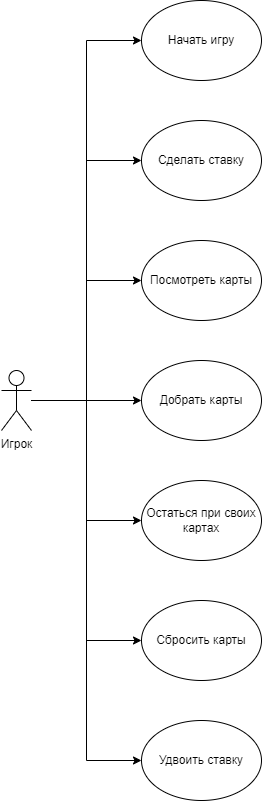
The draw.io diagram img/useCaseDiagram.png in ZenArtZ98/Blackjack, before a commit. Source tidied: cells renumbered, new cells last; positions are measured from the earlier drawing's top-left corner, leaving out a move shared by most shapes.
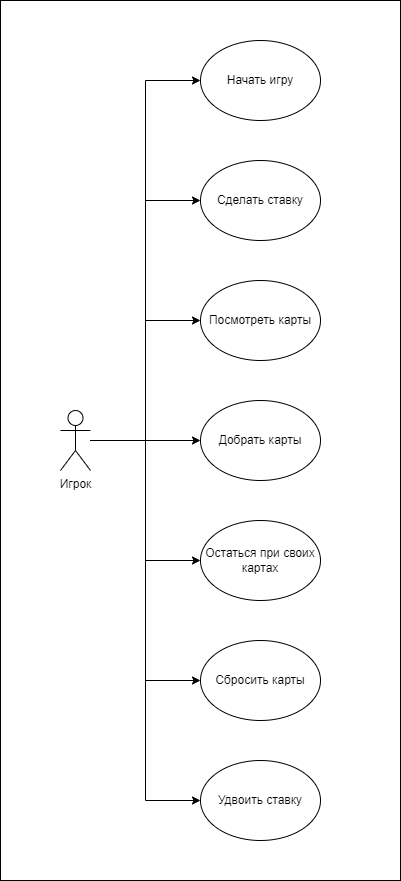
Above is the later version.

Diff of the diagram source:
```diff
@@ -2,6 +2,9 @@
   <root>
     <mxCell id="0" />
     <mxCell id="1" parent="0" />
+    <mxCell id="17" style="rounded=0;whiteSpace=wrap;html=1;" parent="1" vertex="1">
+      <mxGeometry x="-60" y="-40" width="400" height="880" as="geometry" />
+    </mxCell>
     <mxCell id="2" style="edgeStyle=orthogonalEdgeStyle;rounded=0;jettySize=auto;html=1;entryX=0;entryY=0.5;entryDx=0;entryDy=0;" parent="1" edge="1" source="9" target="12">
       <mxGeometry relative="1" as="geometry" />
     </mxCell>
```
